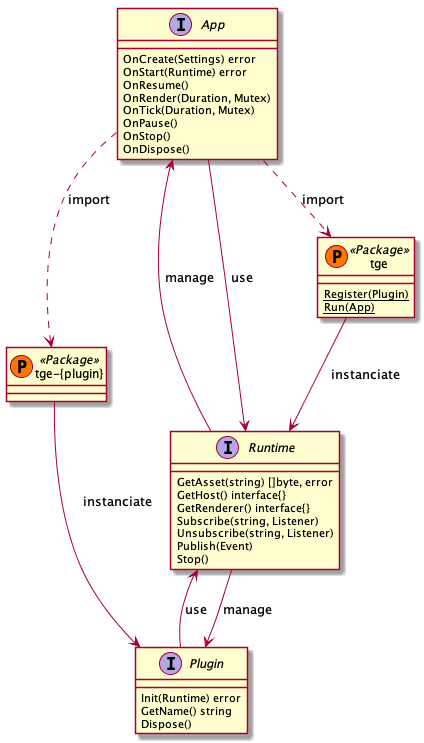
This is specs/api.png from Thommil/tge, a PlantUML export, as it was before one commit.
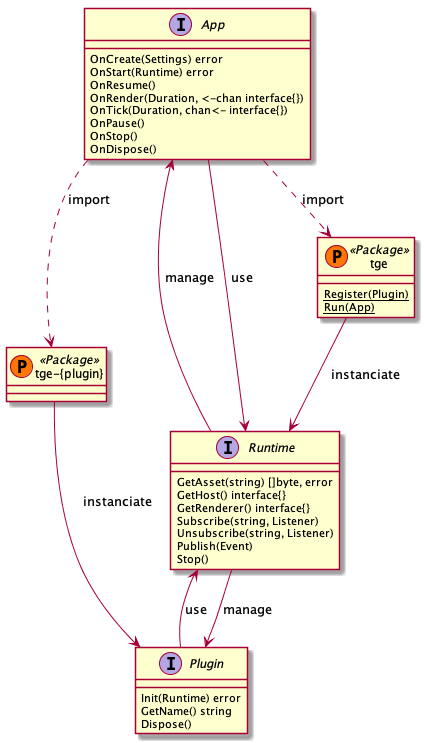
The same diagram one commit later.

Diff of the diagram source:
```diff
@@ -3,8 +3,8 @@
     OnCreate(Settings) error
     OnStart(Runtime) error
     OnResume()
-    OnRender(Duration, Mutex)
-    OnTick(Duration, Mutex)
+    OnRender(Duration, <-chan interface{})
+    OnTick(Duration, chan<- interface{})
     OnPause()
     OnStop()
     OnDispose()
```
